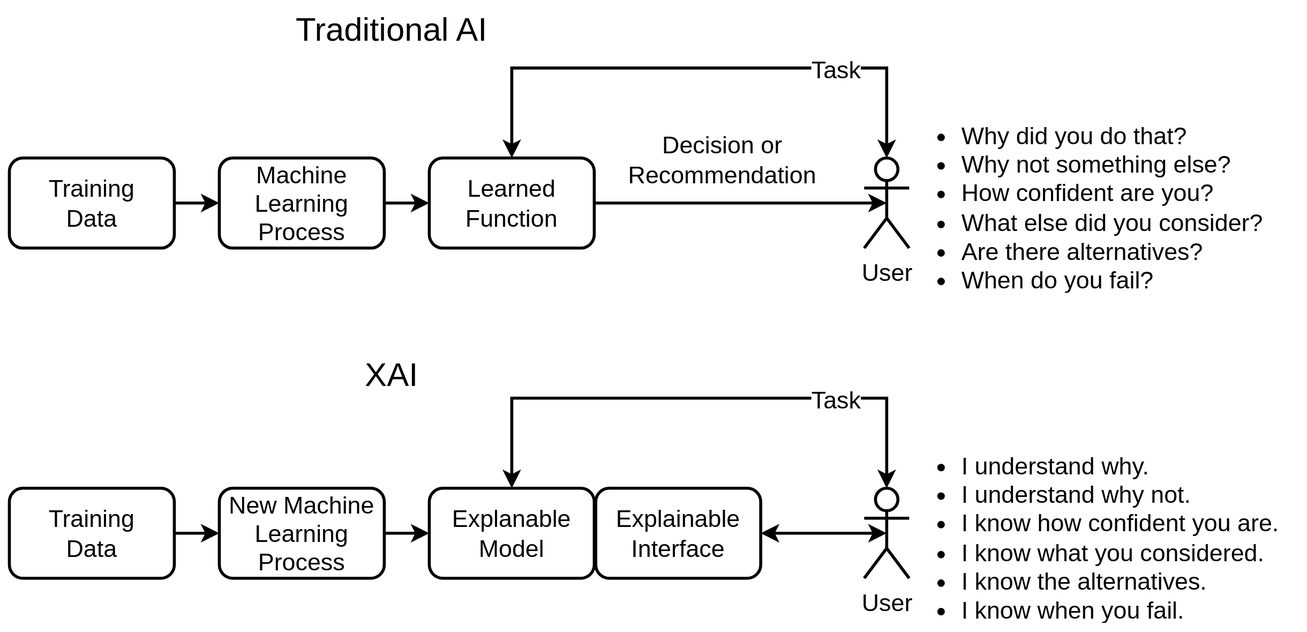
Before: images/traditional_ml_xai_future.svg, a diagram exported from draw.io (paulwhitten/2025-03-27). Source tidied: cells renumbered, new cells last; positions are measured from the earlier drawing's top-left corner, leaving out a move shared by most shapes. Source of this version:
```xml
<mxGraphModel>
  <root>
    <mxCell id="0" />
    <mxCell id="1" parent="0" />
    <mxCell id="2" value="Learned&lt;br style=&quot;font-size: 16px;&quot;&gt;Function" style="rounded=1;whiteSpace=wrap;html=1;fontSize=16;strokeWidth=2;" parent="1" vertex="1">
      <mxGeometry x="280" y="100" width="110" height="60" as="geometry" />
    </mxCell>
    <mxCell id="3" style="edgeStyle=orthogonalEdgeStyle;rounded=0;jettySize=auto;html=1;entryX=0;entryY=0.5;entryDx=0;entryDy=0;fontSize=16;strokeWidth=2;" parent="1" edge="1" source="4" target="2">
      <mxGeometry relative="1" as="geometry" />
    </mxCell>
    <mxCell id="4" value="Machine&lt;br style=&quot;font-size: 16px;&quot;&gt;Learning&lt;br style=&quot;font-size: 16px;&quot;&gt;Process" style="rounded=1;whiteSpace=wrap;html=1;fontSize=16;strokeWidth=2;" parent="1" vertex="1">
      <mxGeometry x="140" y="100" width="110" height="60" as="geometry" />
    </mxCell>
    <mxCell id="5" style="edgeStyle=orthogonalEdgeStyle;rounded=0;jettySize=auto;html=1;entryX=0;entryY=0.5;entryDx=0;entryDy=0;fontSize=16;strokeWidth=2;" parent="1" edge="1" source="6" target="4">
      <mxGeometry relative="1" as="geometry" />
    </mxCell>
    <mxCell id="6" value="Training&lt;br style=&quot;font-size: 16px;&quot;&gt;Data" style="rounded=1;whiteSpace=wrap;html=1;fontSize=16;strokeWidth=2;" parent="1" vertex="1">
      <mxGeometry y="100" width="110" height="60" as="geometry" />
    </mxCell>
    <mxCell id="7" value="User" style="shape=umlActor;verticalLabelPosition=bottom;verticalAlign=top;html=1;outlineConnect=0;fontSize=16;strokeWidth=2;" parent="1" vertex="1">
      <mxGeometry x="570" y="100" width="30" height="60" as="geometry" />
    </mxCell>
    <mxCell id="8" style="endArrow=classic;startArrow=classic;html=1;rounded=0;fontSize=16;entryX=0.5;entryY=0;entryDx=0;entryDy=0;entryPerimeter=0;strokeWidth=2;" parent="1" edge="1" source="2" target="7">
      <mxGeometry relative="1" as="geometry">
        <Array as="points">
          <mxPoint x="335" y="40" />
          <mxPoint x="585" y="40" />
        </Array>
      </mxGeometry>
    </mxCell>
    <mxCell id="9" value="Task" style="edgeLabel;html=1;align=center;verticalAlign=middle;fontSize=16;" parent="8" vertex="1">
      <mxGeometry x="0.22" y="-2" relative="1" as="geometry">
        <mxPoint x="49" y="-2" as="offset" />
      </mxGeometry>
    </mxCell>
    <mxCell id="10" style="endArrow=classic;html=1;rounded=0;fontSize=16;entryX=0.5;entryY=0.5;entryDx=0;entryDy=0;entryPerimeter=0;exitX=1;exitY=0.5;exitDx=0;exitDy=0;strokeWidth=2;" parent="1" edge="1" source="2" target="7">
      <mxGeometry relative="1" as="geometry" />
    </mxCell>
    <mxCell id="11" value="Decision or&lt;br&gt;Recommendation" style="edgeLabel;html=1;align=center;verticalAlign=middle;fontSize=16;" parent="10" vertex="1">
      <mxGeometry x="-0.28" y="-2" relative="1" as="geometry">
        <mxPoint x="13" y="-32" as="offset" />
      </mxGeometry>
    </mxCell>
    <mxCell id="12" value="&lt;ul&gt;&lt;li&gt;Why did you do that?&lt;/li&gt;&lt;li&gt;Why not something else?&lt;/li&gt;&lt;li&gt;How confident are you?&lt;/li&gt;&lt;li&gt;What else did you consider?&lt;/li&gt;&lt;li&gt;Are there alternatives?&lt;/li&gt;&lt;li&gt;When do you fail?&lt;/li&gt;&lt;/ul&gt;" style="text;html=1;strokeColor=none;fillColor=none;spacing=5;spacingTop=-20;whiteSpace=wrap;overflow=hidden;rounded=0;fontSize=16;" parent="1" vertex="1">
      <mxGeometry x="590" y="70" width="260" height="120" as="geometry" />
    </mxCell>
    <mxCell id="13" value="Explanable&lt;br&gt;Model" style="rounded=1;whiteSpace=wrap;html=1;fontSize=16;strokeWidth=2;" parent="1" vertex="1">
      <mxGeometry x="280" y="320" width="110" height="60" as="geometry" />
    </mxCell>
    <mxCell id="14" style="edgeStyle=orthogonalEdgeStyle;rounded=0;jettySize=auto;html=1;entryX=0;entryY=0.5;entryDx=0;entryDy=0;fontSize=16;strokeWidth=2;" parent="1" edge="1" source="15" target="13">
      <mxGeometry relative="1" as="geometry" />
    </mxCell>
    <mxCell id="15" value="New Machine&lt;br style=&quot;font-size: 16px&quot;&gt;Learning&lt;br style=&quot;font-size: 16px&quot;&gt;Process" style="rounded=1;whiteSpace=wrap;html=1;fontSize=16;strokeWidth=2;" parent="1" vertex="1">
      <mxGeometry x="140" y="320" width="110" height="60" as="geometry" />
    </mxCell>
    <mxCell id="16" style="edgeStyle=orthogonalEdgeStyle;rounded=0;jettySize=auto;html=1;entryX=0;entryY=0.5;entryDx=0;entryDy=0;fontSize=16;strokeWidth=2;" parent="1" edge="1" source="17" target="15">
      <mxGeometry relative="1" as="geometry" />
    </mxCell>
    <mxCell id="17" value="Training&lt;br style=&quot;font-size: 16px;&quot;&gt;Data" style="rounded=1;whiteSpace=wrap;html=1;fontSize=16;strokeWidth=2;" parent="1" vertex="1">
      <mxGeometry y="320" width="110" height="60" as="geometry" />
    </mxCell>
    <mxCell id="18" value="User" style="shape=umlActor;verticalLabelPosition=bottom;verticalAlign=top;html=1;outlineConnect=0;fontSize=16;strokeWidth=2;" parent="1" vertex="1">
      <mxGeometry x="570" y="320" width="30" height="60" as="geometry" />
    </mxCell>
    <mxCell id="19" style="endArrow=classic;startArrow=classic;html=1;rounded=0;fontSize=16;entryX=0.5;entryY=0;entryDx=0;entryDy=0;entryPerimeter=0;strokeWidth=2;" parent="1" edge="1" source="13" target="18">
      <mxGeometry relative="1" as="geometry">
        <Array as="points">
          <mxPoint x="335" y="260" />
          <mxPoint x="585" y="260" />
        </Array>
      </mxGeometry>
    </mxCell>
    <mxCell id="20" value="Task" style="edgeLabel;html=1;align=center;verticalAlign=middle;fontSize=16;" parent="19" vertex="1">
      <mxGeometry x="0.22" y="-2" relative="1" as="geometry">
        <mxPoint x="49" y="-2" as="offset" />
      </mxGeometry>
    </mxCell>
    <mxCell id="21" value="&lt;ul&gt;&lt;li&gt;I understand why.&lt;/li&gt;&lt;li&gt;I understand why not.&lt;/li&gt;&lt;li&gt;I know how confident you are.&lt;/li&gt;&lt;li&gt;I know what you considered.&lt;/li&gt;&lt;li&gt;I know the alternatives.&lt;/li&gt;&lt;li&gt;I know when you fail.&lt;/li&gt;&lt;/ul&gt;" style="text;html=1;strokeColor=none;fillColor=none;spacing=5;spacingTop=-20;whiteSpace=wrap;overflow=hidden;rounded=0;fontSize=16;" parent="1" vertex="1">
      <mxGeometry x="590" y="290" width="270" height="120" as="geometry" />
    </mxCell>
    <mxCell id="22" value="Explainable&lt;br&gt;Interface" style="rounded=1;whiteSpace=wrap;html=1;fontSize=16;strokeWidth=2;" parent="1" vertex="1">
      <mxGeometry x="391" y="320" width="110" height="60" as="geometry" />
    </mxCell>
    <mxCell id="23" style="endArrow=classic;html=1;rounded=0;fontSize=16;entryX=0.5;entryY=0.5;entryDx=0;entryDy=0;entryPerimeter=0;exitX=1;exitY=0.5;exitDx=0;exitDy=0;startArrow=classic;startFill=1;strokeWidth=2;" parent="1" edge="1" source="22" target="18">
      <mxGeometry relative="1" as="geometry" />
    </mxCell>
    <mxCell id="24" value="&lt;font style=&quot;font-size: 22px&quot;&gt;Traditional AI&lt;/font&gt;" style="text;html=1;strokeColor=none;fillColor=none;align=center;verticalAlign=middle;whiteSpace=wrap;rounded=0;fontSize=16;" parent="1" vertex="1">
      <mxGeometry x="185" width="140" height="30" as="geometry" />
    </mxCell>
    <mxCell id="25" value="&lt;font style=&quot;font-size: 22px&quot;&gt;XAI&lt;/font&gt;" style="text;html=1;strokeColor=none;fillColor=none;align=center;verticalAlign=middle;whiteSpace=wrap;rounded=0;fontSize=16;" parent="1" vertex="1">
      <mxGeometry x="210" y="230" width="90" height="30" as="geometry" />
    </mxCell>
  </root>
</mxGraphModel>
```
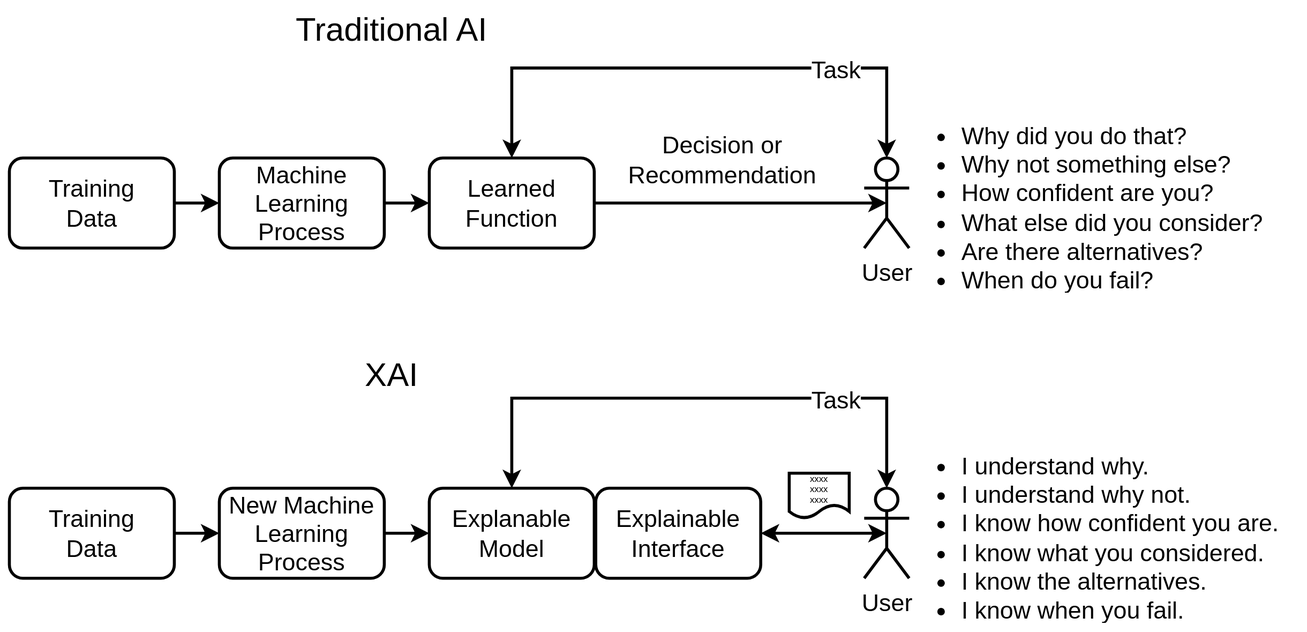
After the commit.

Commit message:
refine xai vs traditional image

Change to the diagram source:
```diff
@@ -90,5 +90,8 @@
     <mxCell id="25" value="&lt;font style=&quot;font-size: 22px&quot;&gt;XAI&lt;/font&gt;" style="text;html=1;strokeColor=none;fillColor=none;align=center;verticalAlign=middle;whiteSpace=wrap;rounded=0;fontSize=16;" parent="1" vertex="1">
       <mxGeometry x="210" y="230" width="90" height="30" as="geometry" />
     </mxCell>
+    <mxCell id="26" value="&lt;font style=&quot;font-size: 6px;&quot;&gt;xxxx&lt;br style=&quot;font-size: 6px;&quot;&gt;xxxx&lt;br style=&quot;font-size: 6px;&quot;&gt;xxxx&lt;br style=&quot;font-size: 6px;&quot;&gt;&lt;/font&gt;" style="shape=document;whiteSpace=wrap;html=1;boundedLbl=1;fontSize=6;strokeWidth=2;" parent="1" vertex="1">
+      <mxGeometry x="520" y="310" width="40" height="30" as="geometry" />
+    </mxCell>
   </root>
 </mxGraphModel>
```
